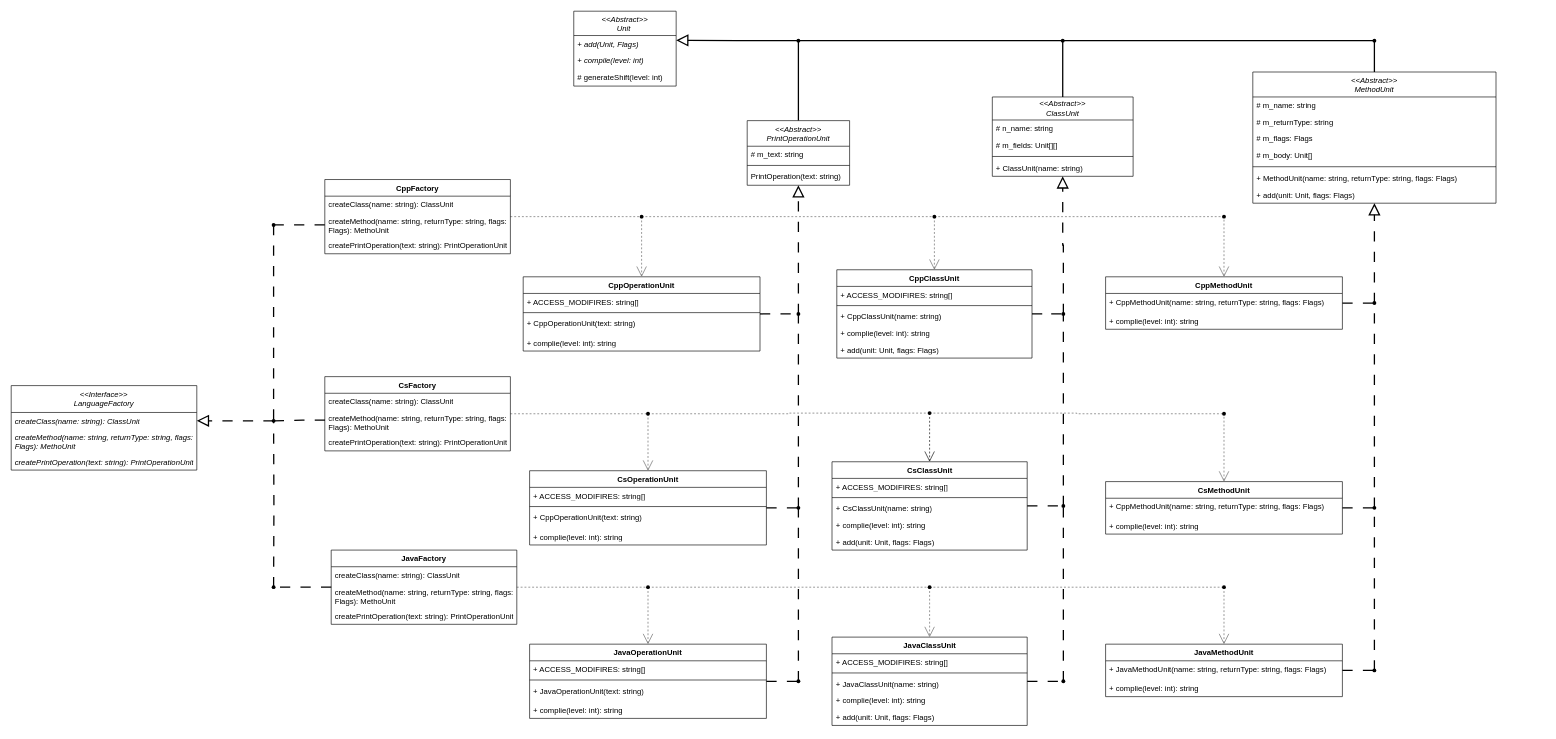
This is uml/uml.drawio from insert-zkm/GenClasses, a draw.io file, before an edit. Source tidied: cells renumbered, new cells numbered last; positions are measured from the earlier drawing's top-left corner, leaving out a move shared by most shapes. Both pictures are drawn from the tidied source at 64%, with x=0, y=0 at pixel (11, 11).
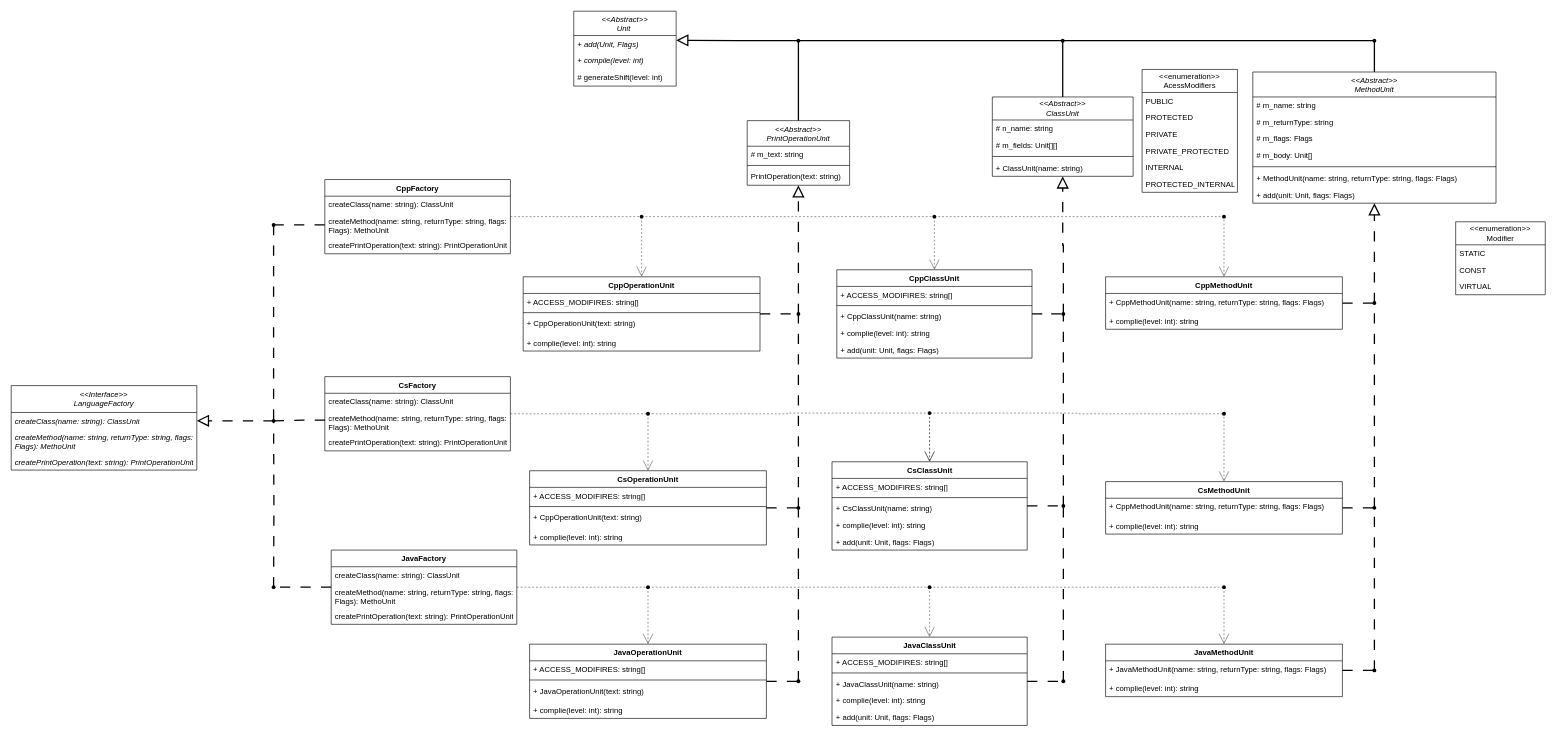
The same diagram, later.

Commit message (it also covers changes not shown here):
fix(uml): add enumiraions

Diff of the diagram source:
```diff
@@
+    <mxCell id="155" value="&amp;lt;&amp;lt;&lt;span style=&quot;background-color: transparent; color: var(--black-600); font-family: var(--ff-mono); font-size: var(--_pr-code-fs); font-style: inherit; font-variant-ligatures: inherit; font-variant-caps: inherit; font-weight: inherit; white-space: inherit; text-align: left;&quot;&gt;enumeration&lt;/span&gt;&lt;span style=&quot;background-color: transparent; color: light-dark(rgb(0, 0, 0), rgb(255, 255, 255));&quot;&gt;&amp;gt;&amp;gt;&lt;/span&gt;&lt;br&gt;&lt;div&gt;Modifier&lt;/div&gt;" style="swimlane;fontStyle=0;horizontal=1;startSize=36;fillColor=none;whiteSpace=wrap;html=1;" parent="1" vertex="1">
+      <mxGeometry x="2257" y="329" width="140" height="114" as="geometry" />
+    </mxCell>
+    <mxCell id="156" value="STATIC" style="text;strokeColor=none;fillColor=none;align=left;verticalAlign=top;spacingLeft=4;spacingRight=4;overflow=hidden;whiteSpace=wrap;html=1;" parent="155" vertex="1">
+      <mxGeometry y="36" width="140" height="26" as="geometry" />
+    </mxCell>
+    <mxCell id="157" value="CONST" style="text;strokeColor=none;fillColor=none;align=left;verticalAlign=top;spacingLeft=4;spacingRight=4;overflow=hidden;whiteSpace=wrap;html=1;" parent="155" vertex="1">
+      <mxGeometry y="62" width="140" height="26" as="geometry" />
+    </mxCell>
+    <mxCell id="158" value="VIRTUAL" style="text;strokeColor=none;fillColor=none;align=left;verticalAlign=top;spacingLeft=4;spacingRight=4;overflow=hidden;whiteSpace=wrap;html=1;" parent="155" vertex="1">
+      <mxGeometry y="88" width="140" height="26" as="geometry" />
+    </mxCell>
+    <mxCell id="159" value="&amp;lt;&amp;lt;&lt;span style=&quot;background-color: transparent; color: var(--black-600); font-family: var(--ff-mono); font-size: var(--_pr-code-fs); font-style: inherit; font-variant-ligatures: inherit; font-variant-caps: inherit; font-weight: inherit; white-space: inherit; text-align: left;&quot;&gt;enumeration&lt;/span&gt;&lt;span style=&quot;background-color: transparent; color: light-dark(rgb(0, 0, 0), rgb(255, 255, 255));&quot;&gt;&amp;gt;&amp;gt;&lt;/span&gt;&lt;br&gt;&lt;div&gt;AcessModifiers&lt;/div&gt;" style="swimlane;fontStyle=0;horizontal=1;startSize=36;fillColor=none;whiteSpace=wrap;html=1;" parent="1" vertex="1">
+      <mxGeometry x="1767" y="91" width="149" height="192" as="geometry" />
+    </mxCell>
+    <mxCell id="160" value="PUBLIC" style="text;strokeColor=none;fillColor=none;align=left;verticalAlign=top;spacingLeft=4;spacingRight=4;overflow=hidden;whiteSpace=wrap;html=1;" parent="159" vertex="1">
+      <mxGeometry y="36" width="149" height="26" as="geometry" />
+    </mxCell>
+    <mxCell id="161" value="PROTECTED" style="text;strokeColor=none;fillColor=none;align=left;verticalAlign=top;spacingLeft=4;spacingRight=4;overflow=hidden;whiteSpace=wrap;html=1;" parent="159" vertex="1">
+      <mxGeometry y="62" width="149" height="26" as="geometry" />
+    </mxCell>
+    <mxCell id="162" value="PRIVATE" style="text;strokeColor=none;fillColor=none;align=left;verticalAlign=top;spacingLeft=4;spacingRight=4;overflow=hidden;whiteSpace=wrap;html=1;" parent="159" vertex="1">
+      <mxGeometry y="88" width="149" height="26" as="geometry" />
+    </mxCell>
+    <mxCell id="163" value="PRIVATE_PROTECTED" style="text;strokeColor=none;fillColor=none;align=left;verticalAlign=top;spacingLeft=4;spacingRight=4;overflow=hidden;whiteSpace=wrap;html=1;" parent="159" vertex="1">
+      <mxGeometry y="114" width="149" height="26" as="geometry" />
+    </mxCell>
+    <mxCell id="164" value="INTERNAL" style="text;strokeColor=none;fillColor=none;align=left;verticalAlign=top;spacingLeft=4;spacingRight=4;overflow=hidden;whiteSpace=wrap;html=1;" parent="159" vertex="1">
+      <mxGeometry y="140" width="149" height="26" as="geometry" />
+    </mxCell>
+    <mxCell id="165" value="PROTECTED_INTERNAL" style="text;strokeColor=none;fillColor=none;align=left;verticalAlign=top;spacingLeft=4;spacingRight=4;overflow=hidden;whiteSpace=wrap;html=1;" parent="159" vertex="1">
+      <mxGeometry y="166" width="149" height="26" as="geometry" />
+    </mxCell>
```
